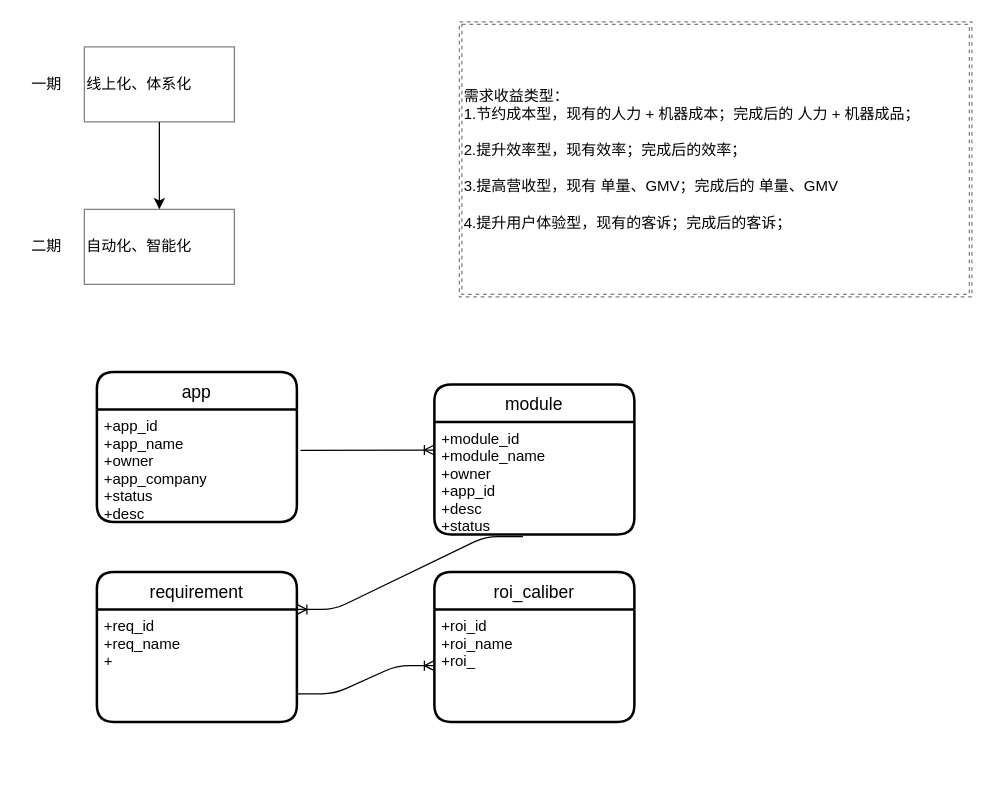
Before: page "其他" (8 of 10) of 需求ROI评估.drawio in lihongliang1989/diagram, a draw.io diagram. Source tidied: cells renumbered, new cells numbered last; positions are measured from the earlier drawing's top-left corner, leaving out a move shared by most shapes. Both pictures are drawn from the tidied source at 125%, with x=0, y=0 at pixel (21, 21).
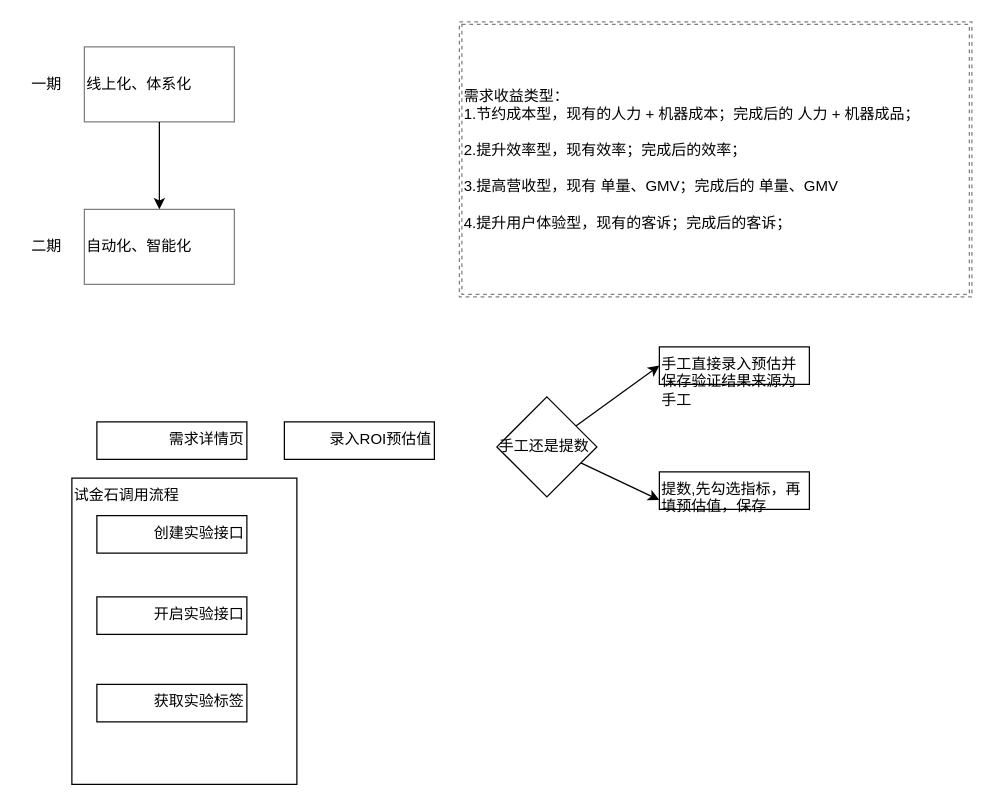
After the change.

Diff of the diagram source:
```diff
@@
 <mxGraphModel>
   <root>
     <mxCell id="0" />
     <mxCell id="1" parent="0" />
+    <mxCell id="19" value="试金石调用流程" style="rounded=0;whiteSpace=wrap;html=1;strokeWidth=1;align=left;verticalAlign=top;" parent="1" vertex="1">
+      <mxGeometry x="40" y="365" width="180" height="245" as="geometry" />
+    </mxCell>
     <mxCell id="2" value="需求收益类型：&lt;br&gt;1.节约成本型，现有的人力 + 机器成本；完成后的 人力 + 机器成品；&lt;br&gt;&lt;br&gt;2.提升效率型，现有效率；完成后的效率；&lt;br&gt;&lt;br&gt;3.提高营收型，现有 单量、GMV；完成后的 单量、GMV&lt;br&gt;&lt;br&gt;4.提升用户体验型，现有的客诉；完成后的客诉；" style="shape=ext;double=1;rounded=0;whiteSpace=wrap;html=1;shadow=0;glass=0;dashed=1;sketch=0;fontColor=#000000;strokeColor=#000000;fillColor=#FFFFFF;align=left;opacity=50;" parent="1" vertex="1">
       <mxGeometry x="350" width="410" height="220" as="geometry" />
     </mxCell>
     <mxCell id="3" style="edgeStyle=orthogonalEdgeStyle;rounded=0;jettySize=auto;html=1;fontColor=#000000;" parent="1" edge="1" source="4" target="5">
       <mxGeometry relative="1" as="geometry" />
     </mxCell>
     <mxCell id="4" value="线上化、体系化" style="rounded=0;whiteSpace=wrap;html=1;shadow=0;glass=0;sketch=0;fontColor=#000000;strokeColor=#000000;fillColor=#FFFFFF;align=left;opacity=50;" parent="1" vertex="1">
       <mxGeometry x="50" y="20" width="120" height="60" as="geometry" />
     </mxCell>
     <mxCell id="5" value="自动化、智能化" style="rounded=0;whiteSpace=wrap;html=1;shadow=0;glass=0;sketch=0;fontColor=#000000;strokeColor=#000000;fillColor=#FFFFFF;align=left;opacity=50;" parent="1" vertex="1">
       <mxGeometry x="50" y="150" width="120" height="60" as="geometry" />
     </mxCell>
     <mxCell id="6" value="一期" style="text;html=1;strokeColor=none;fillColor=none;align=center;verticalAlign=middle;whiteSpace=wrap;rounded=0;shadow=0;glass=0;dashed=1;sketch=0;fontColor=#000000;opacity=50;" parent="1" vertex="1">
       <mxGeometry y="40" width="40" height="20" as="geometry" />
     </mxCell>
     <mxCell id="7" value="二期" style="text;html=1;strokeColor=none;fillColor=none;align=center;verticalAlign=middle;whiteSpace=wrap;rounded=0;shadow=0;glass=0;dashed=1;sketch=0;fontColor=#000000;opacity=50;" parent="1" vertex="1">
       <mxGeometry y="170" width="40" height="20" as="geometry" />
     </mxCell>
-    <mxCell id="8" value="app" style="swimlane;horizontal=1;startSize=30;rounded=1;fontSize=14;fontStyle=0;strokeWidth=2;shadow=0;dashed=0;align=center;" parent="1" vertex="1">
-      <mxGeometry x="60" y="280" width="160" height="120" as="geometry" />
-    </mxCell>
-    <mxCell id="9" value="+app_id&#10;+app_name&#10;+owner&#10;+app_company&#10;+status&#10;+desc" style="align=left;strokeColor=none;fillColor=none;spacingLeft=4;fontSize=12;verticalAlign=top;" parent="8" vertex="1">
-      <mxGeometry y="30" width="160" height="90" as="geometry" />
-    </mxCell>
-    <mxCell id="10" value="module" style="swimlane;horizontal=1;startSize=30;rounded=1;fontSize=14;fontStyle=0;strokeWidth=2;shadow=0;dashed=0;align=center;" parent="1" vertex="1">
-      <mxGeometry x="330" y="290" width="160" height="120" as="geometry" />
-    </mxCell>
-    <mxCell id="11" value="+module_id&#10;+module_name&#10;+owner&#10;+app_id&#10;+desc&#10;+status" style="align=left;strokeColor=none;fillColor=none;spacingLeft=4;fontSize=12;verticalAlign=top;" parent="10" vertex="1">
-      <mxGeometry y="30" width="160" height="90" as="geometry" />
-    </mxCell>
-    <mxCell id="12" style="edgeStyle=entityRelationEdgeStyle;fontSize=12;html=1;endArrow=ERoneToMany;exitX=1.018;exitY=0.365;exitDx=0;exitDy=0;entryX=0;entryY=0.25;entryDx=0;entryDy=0;rounded=1;endSize=6;startSize=6;targetPerimeterSpacing=0;jumpStyle=gap;exitPerimeter=0;" parent="1" edge="1" source="9" target="11">
-      <mxGeometry relative="1" as="geometry" />
-    </mxCell>
-    <mxCell id="13" value="requirement" style="swimlane;horizontal=1;startSize=30;rounded=1;fontSize=14;fontStyle=0;strokeWidth=2;shadow=0;dashed=0;align=center;" parent="1" vertex="1">
-      <mxGeometry x="60" y="440" width="160" height="120" as="geometry" />
-    </mxCell>
-    <mxCell id="14" value="+req_id&#10;+req_name&#10;+" style="align=left;strokeColor=none;fillColor=none;spacingLeft=4;fontSize=12;verticalAlign=top;" parent="13" vertex="1">
-      <mxGeometry y="30" width="160" height="90" as="geometry" />
-    </mxCell>
-    <mxCell id="15" value="roi_caliber" style="swimlane;horizontal=1;startSize=30;rounded=1;fontSize=14;fontStyle=0;strokeWidth=2;shadow=0;dashed=0;align=center;" parent="1" vertex="1">
-      <mxGeometry x="330" y="440" width="160" height="120" as="geometry" />
-    </mxCell>
-    <mxCell id="16" value="+roi_id&#10;+roi_name&#10;+roi_" style="align=left;strokeColor=none;fillColor=none;spacingLeft=4;fontSize=12;verticalAlign=top;" parent="15" vertex="1">
-      <mxGeometry y="30" width="160" height="90" as="geometry" />
-    </mxCell>
-    <mxCell id="17" style="edgeStyle=entityRelationEdgeStyle;fontSize=12;html=1;endArrow=ERoneToMany;startSize=6;endSize=6;targetPerimeterSpacing=0;entryX=0;entryY=0.5;entryDx=0;entryDy=0;exitX=1;exitY=0.75;exitDx=0;exitDy=0;" parent="1" edge="1" source="14" target="16">
-      <mxGeometry relative="1" as="geometry" />
-    </mxCell>
-    <mxCell id="18" style="edgeStyle=entityRelationEdgeStyle;fontSize=12;html=1;endArrow=ERoneToMany;startSize=6;endSize=6;targetPerimeterSpacing=0;exitX=0.443;exitY=1.019;exitDx=0;exitDy=0;exitPerimeter=0;entryX=1;entryY=0;entryDx=0;entryDy=0;" parent="1" edge="1" source="11" target="14">
-      <mxGeometry relative="1" as="geometry" />
-    </mxCell>
+    <mxCell id="20" value="需求详情页" style="rounded=0;whiteSpace=wrap;html=1;strokeWidth=1;align=right;verticalAlign=top;" parent="1" vertex="1">
+      <mxGeometry x="60" y="320" width="120" height="30" as="geometry" />
+    </mxCell>
+    <mxCell id="21" value="录入ROI预估值" style="rounded=0;whiteSpace=wrap;html=1;strokeWidth=1;align=right;verticalAlign=top;" parent="1" vertex="1">
+      <mxGeometry x="210" y="320" width="120" height="30" as="geometry" />
+    </mxCell>
+    <mxCell id="22" style="edgeStyle=none;rounded=1;jumpStyle=gap;jettySize=auto;html=1;entryX=0;entryY=0.5;entryDx=0;entryDy=0;startSize=6;endSize=6;targetPerimeterSpacing=0;" parent="1" edge="1" source="24" target="25">
+      <mxGeometry relative="1" as="geometry" />
+    </mxCell>
+    <mxCell id="23" style="edgeStyle=none;rounded=1;jumpStyle=gap;jettySize=auto;html=1;entryX=0;entryY=0.75;entryDx=0;entryDy=0;startSize=6;endSize=6;targetPerimeterSpacing=0;" parent="1" edge="1" source="24" target="26">
+      <mxGeometry relative="1" as="geometry" />
+    </mxCell>
+    <mxCell id="24" value="手工还是提数" style="rhombus;whiteSpace=wrap;html=1;strokeWidth=1;align=left;verticalAlign=middle;" parent="1" vertex="1">
+      <mxGeometry x="380" y="300" width="80" height="80" as="geometry" />
+    </mxCell>
+    <mxCell id="25" value="手工直接录入预估并保存验证结果来源为手工" style="rounded=0;whiteSpace=wrap;html=1;strokeWidth=1;align=left;verticalAlign=top;" parent="1" vertex="1">
+      <mxGeometry x="510" y="260" width="120" height="30" as="geometry" />
+    </mxCell>
+    <mxCell id="26" value="提数,先勾选指标，再填预估值，保存" style="rounded=0;whiteSpace=wrap;html=1;strokeWidth=1;align=left;verticalAlign=top;" parent="1" vertex="1">
+      <mxGeometry x="510" y="360" width="120" height="30" as="geometry" />
+    </mxCell>
+    <mxCell id="27" value="创建实验接口" style="rounded=0;whiteSpace=wrap;html=1;strokeWidth=1;align=right;verticalAlign=top;" parent="1" vertex="1">
+      <mxGeometry x="60" y="395" width="120" height="30" as="geometry" />
+    </mxCell>
+    <mxCell id="28" value="开启实验接口" style="rounded=0;whiteSpace=wrap;html=1;strokeWidth=1;align=right;verticalAlign=top;" parent="1" vertex="1">
+      <mxGeometry x="60" y="460" width="120" height="30" as="geometry" />
+    </mxCell>
+    <mxCell id="29" value="获取实验标签" style="rounded=0;whiteSpace=wrap;html=1;strokeWidth=1;align=right;verticalAlign=top;" parent="1" vertex="1">
+      <mxGeometry x="60" y="530" width="120" height="30" as="geometry" />
+    </mxCell>
   </root>
 </mxGraphModel>
```
